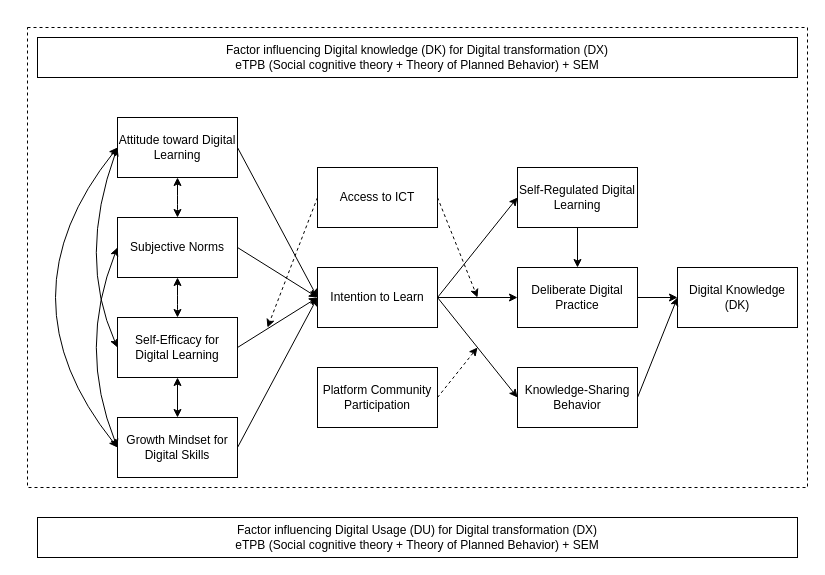
Before: r1-model.drawio in hnks-gh/draw.io, a draw.io diagram. Source tidied: cells renumbered, new cells numbered last; positions are measured from the earlier drawing's top-left corner, leaving out a move shared by most shapes. Both pictures are drawn from the tidied source at 100%, with x=0, y=0 at pixel (-3, 27).
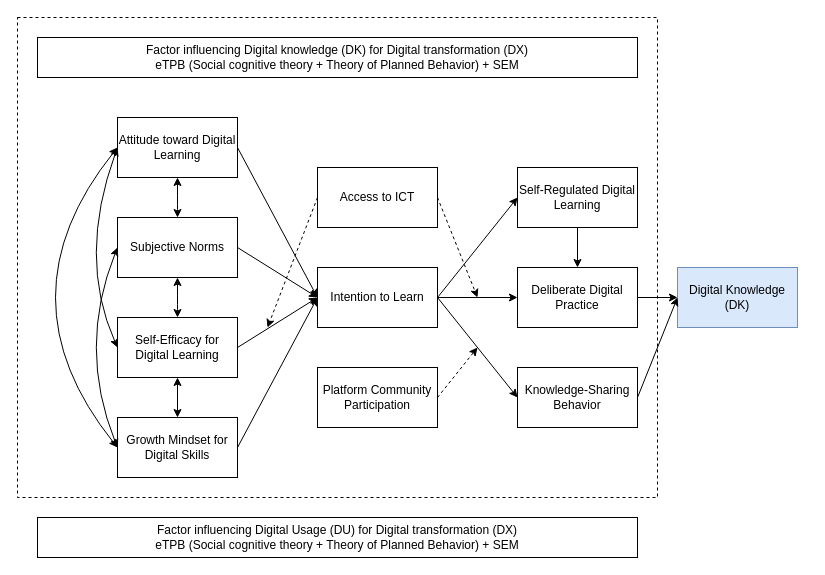
The same diagram, later.

The edit, as a diff of the source:
```diff
@@
     <mxCell id="2" style="rounded=0;whiteSpace=wrap;html=1;fillColor=none;dashed=1;" parent="1" vertex="1">
-      <mxGeometry x="30" width="780" height="460" as="geometry" />
+      <mxGeometry x="20" y="-10" width="640" height="480" as="geometry" />
     </mxCell>
     <mxCell id="3" value="Factor influencing Digital knowledge (DK) for Digital transformation (DX)&lt;div&gt;eTPB (Social cognitive theory + Theory of Planned Behavior) + SEM&lt;/div&gt;" style="rounded=0;whiteSpace=wrap;html=1;" parent="1" vertex="1">
-      <mxGeometry x="40" y="10" width="760" height="40" as="geometry" />
+      <mxGeometry x="40" y="10" width="600" height="40" as="geometry" />
     </mxCell>
@@
-    <mxCell id="12" value="Digital Knowledge (DK)" style="rounded=0;whiteSpace=wrap;html=1;" parent="1" vertex="1">
+    <mxCell id="12" value="Digital Knowledge (DK)" style="rounded=0;whiteSpace=wrap;html=1;fillColor=#dae8fc;strokeColor=#6c8ebf;" parent="1" vertex="1">
       <mxGeometry x="680" y="240" width="120" height="60" as="geometry" />
     </mxCell>
@@
     <mxCell id="33" value="Factor influencing Digital Usage (DU) for Digital transformation (DX)&lt;div&gt;eTPB (Social cognitive theory + Theory of Planned Behavior) + SEM&lt;/div&gt;" style="rounded=0;whiteSpace=wrap;html=1;" parent="1" vertex="1">
-      <mxGeometry x="40" y="490" width="760" height="40" as="geometry" />
+      <mxGeometry x="40" y="490" width="600" height="40" as="geometry" />
     </mxCell>
```
